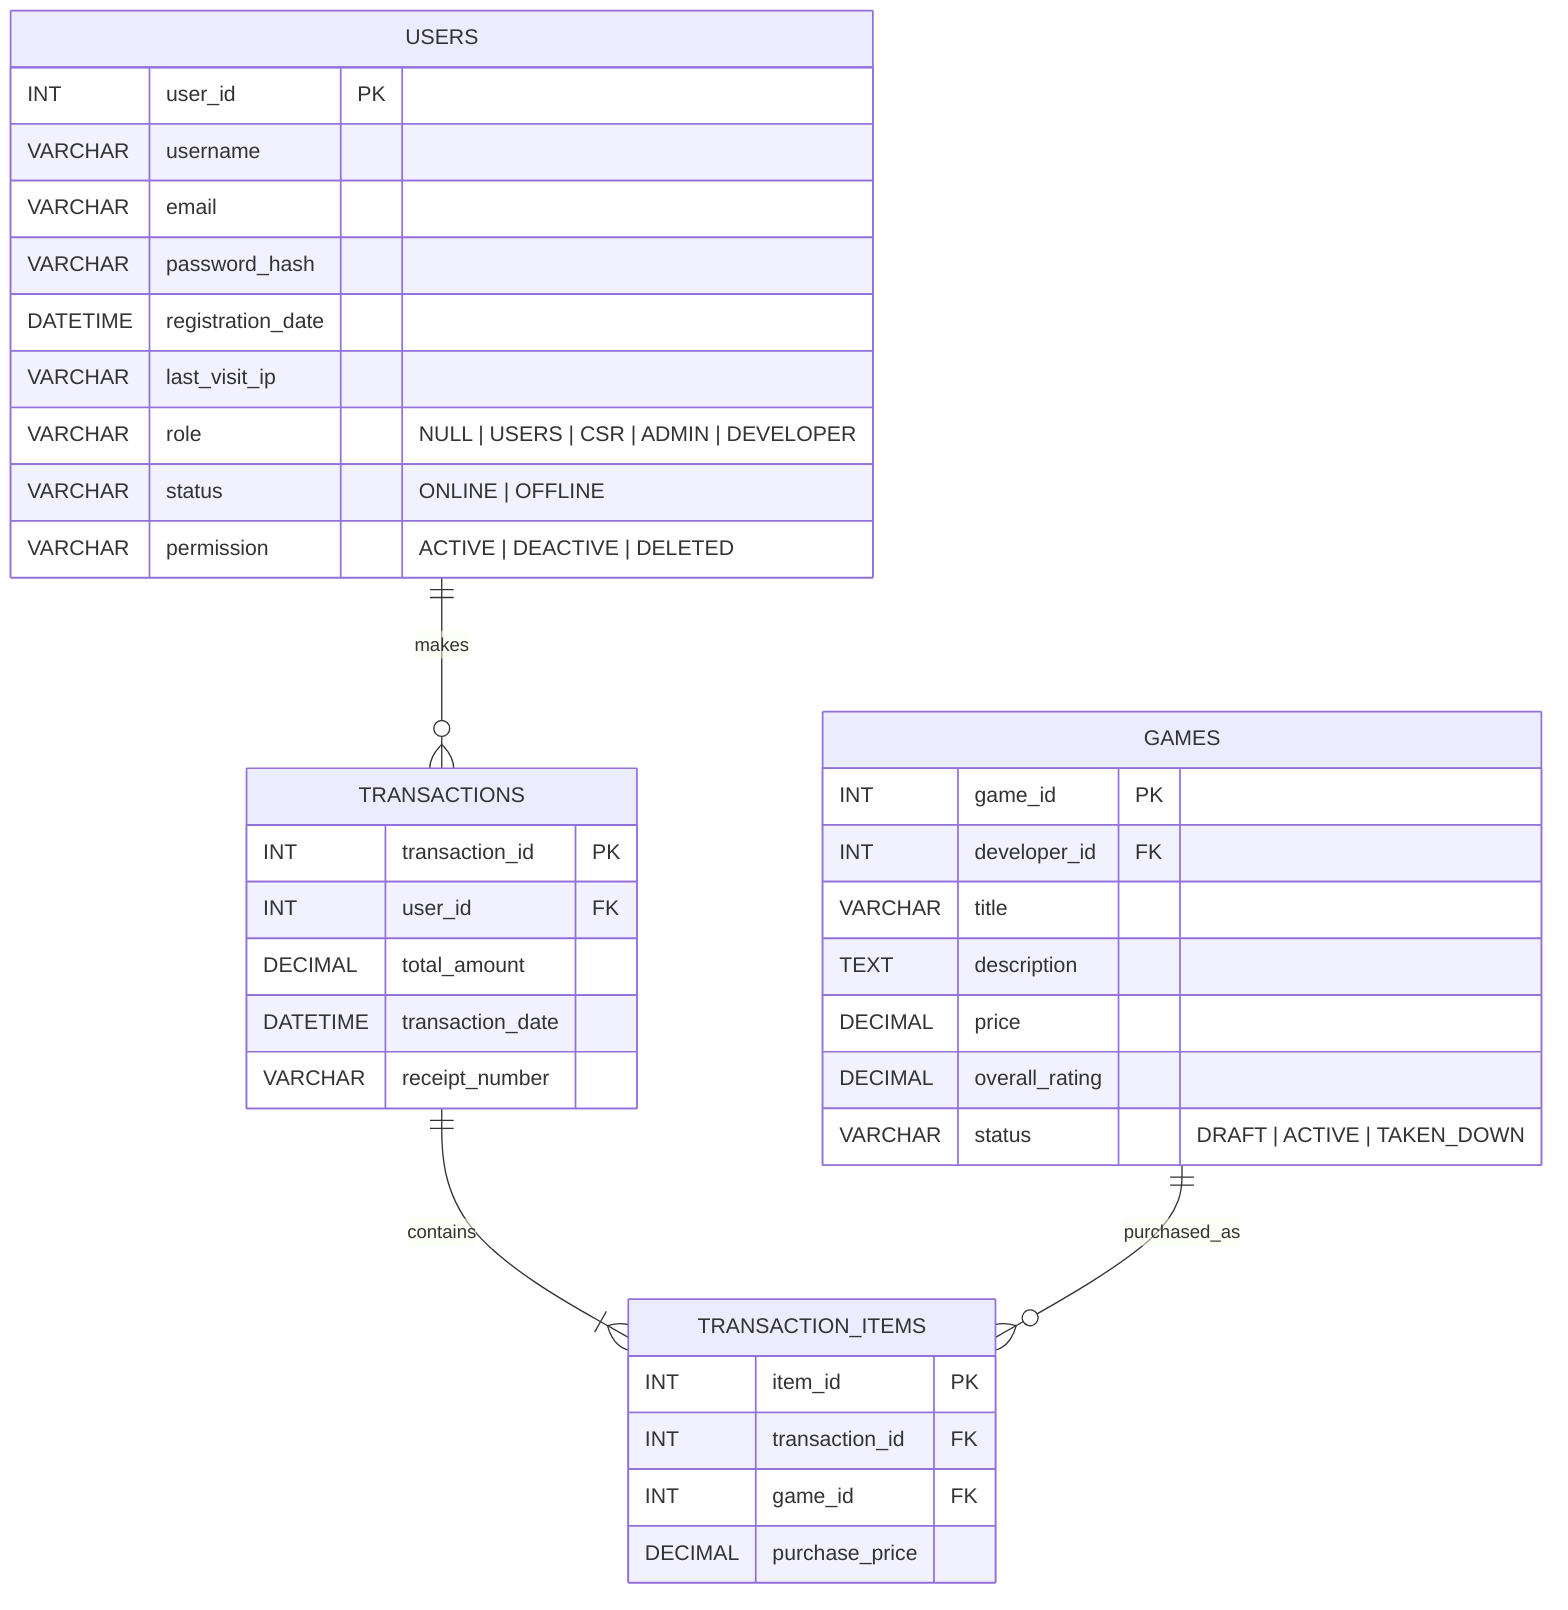
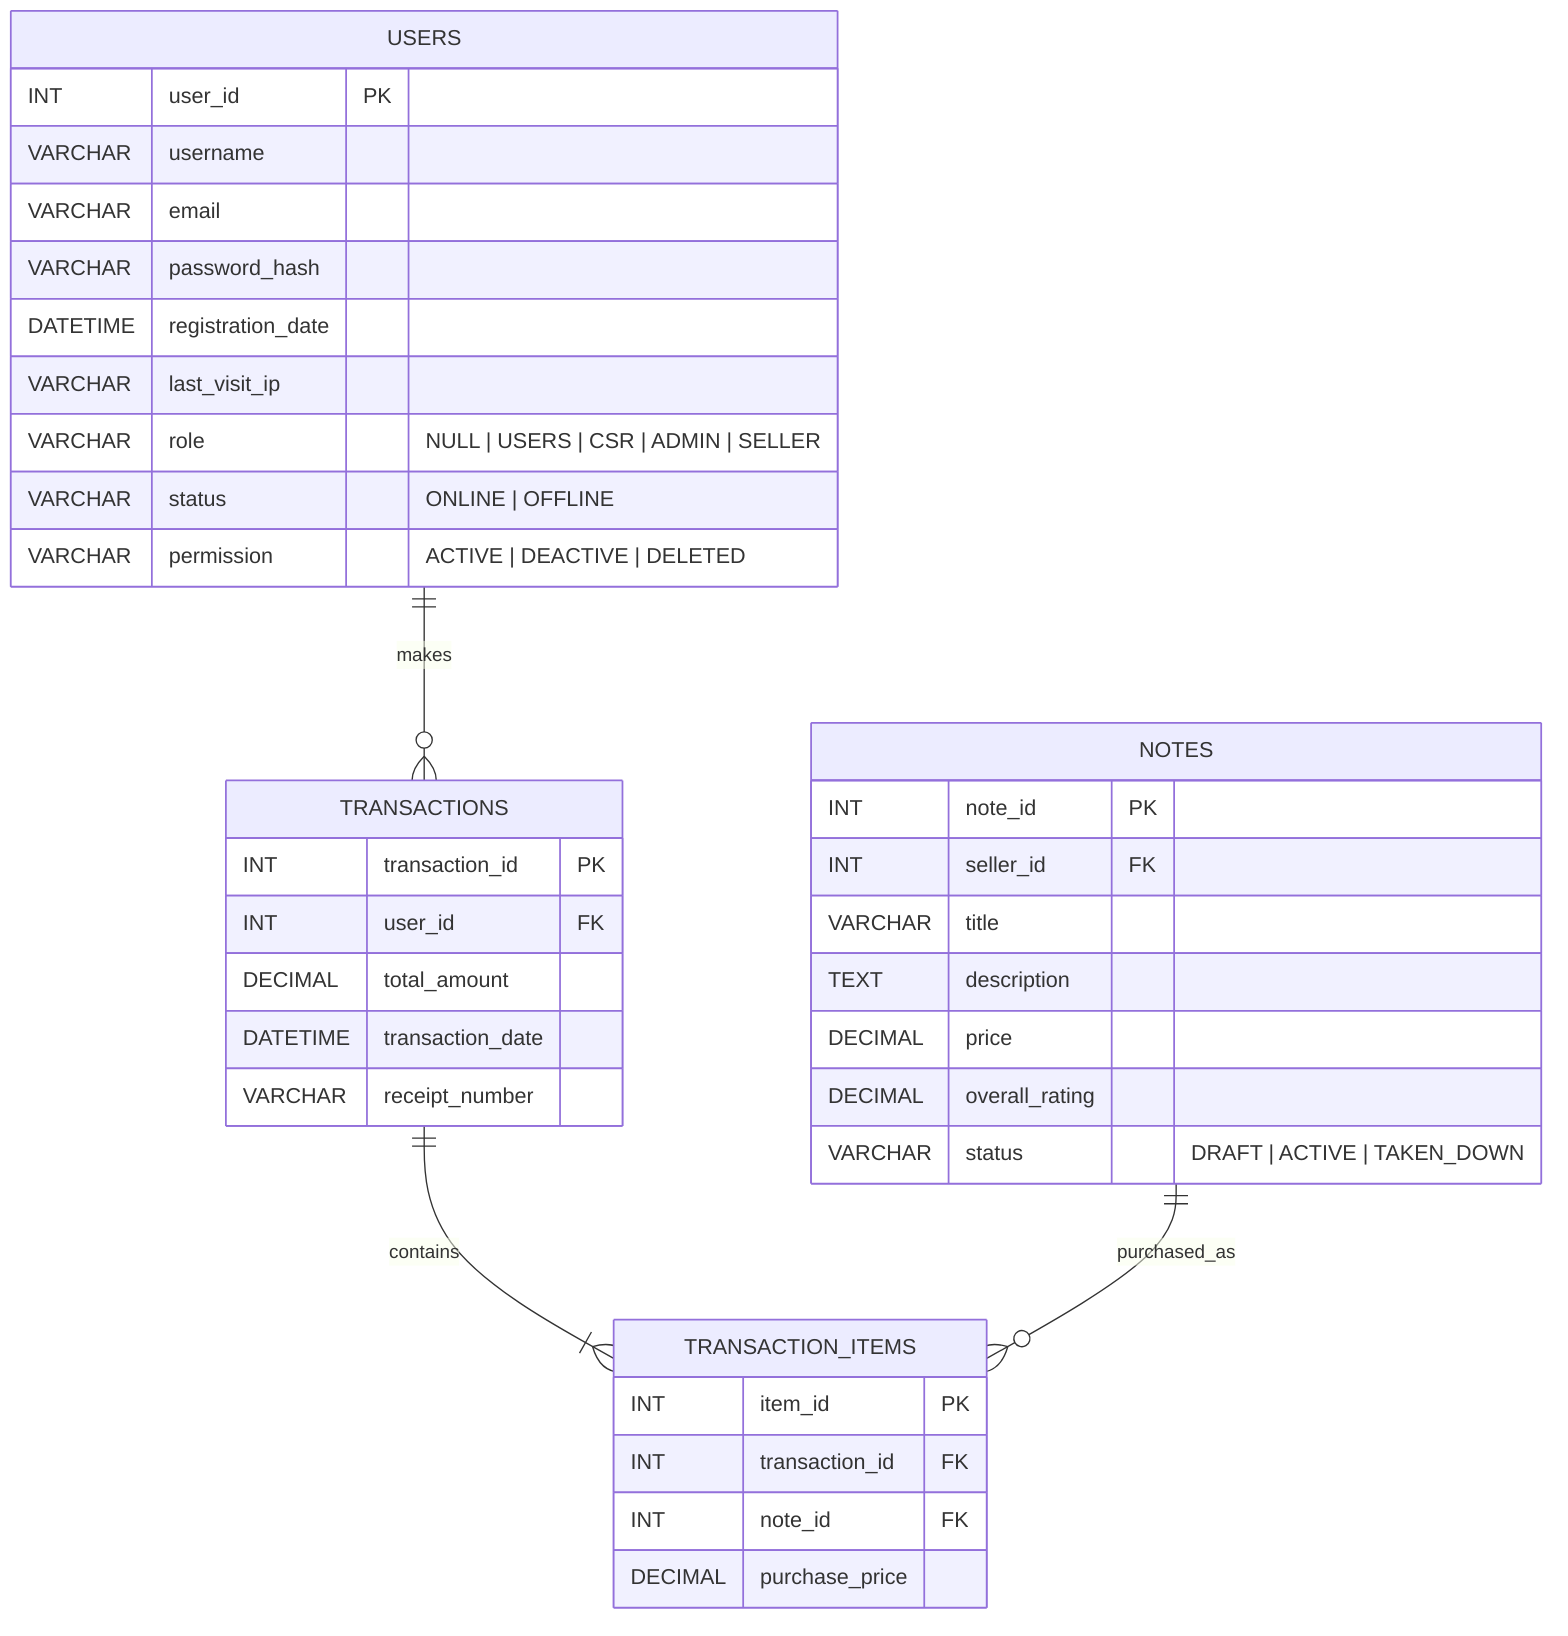
erDiagram
    USERS {
        INT user_id PK
        VARCHAR username
        VARCHAR email
        VARCHAR password_hash
        DATETIME registration_date
        VARCHAR last_visit_ip
-         VARCHAR role "NULL | USERS | CSR | ADMIN | DEVELOPER"
+         VARCHAR role "NULL | USERS | CSR | ADMIN | SELLER"
        VARCHAR status "ONLINE | OFFLINE"
        VARCHAR permission "ACTIVE | DEACTIVE | DELETED"
    }
-     GAMES {
-         INT game_id PK
-         INT developer_id FK
+     NOTES {
+         INT note_id PK
+         INT seller_id FK
        VARCHAR title
        TEXT description
        DECIMAL price
        DECIMAL overall_rating
        VARCHAR status "DRAFT | ACTIVE | TAKEN_DOWN"
    }
    TRANSACTIONS {
        INT transaction_id PK
        INT user_id FK
        DECIMAL total_amount
        DATETIME transaction_date
        VARCHAR receipt_number
    }
    TRANSACTION_ITEMS {
        INT item_id PK
        INT transaction_id FK
-         INT game_id FK
+         INT note_id FK
        DECIMAL purchase_price
    }

    USERS ||--o{ TRANSACTIONS : makes
    TRANSACTIONS ||--|{ TRANSACTION_ITEMS : contains
-     GAMES ||--o{ TRANSACTION_ITEMS : purchased_as
+     NOTES ||--o{ TRANSACTION_ITEMS : purchased_as
